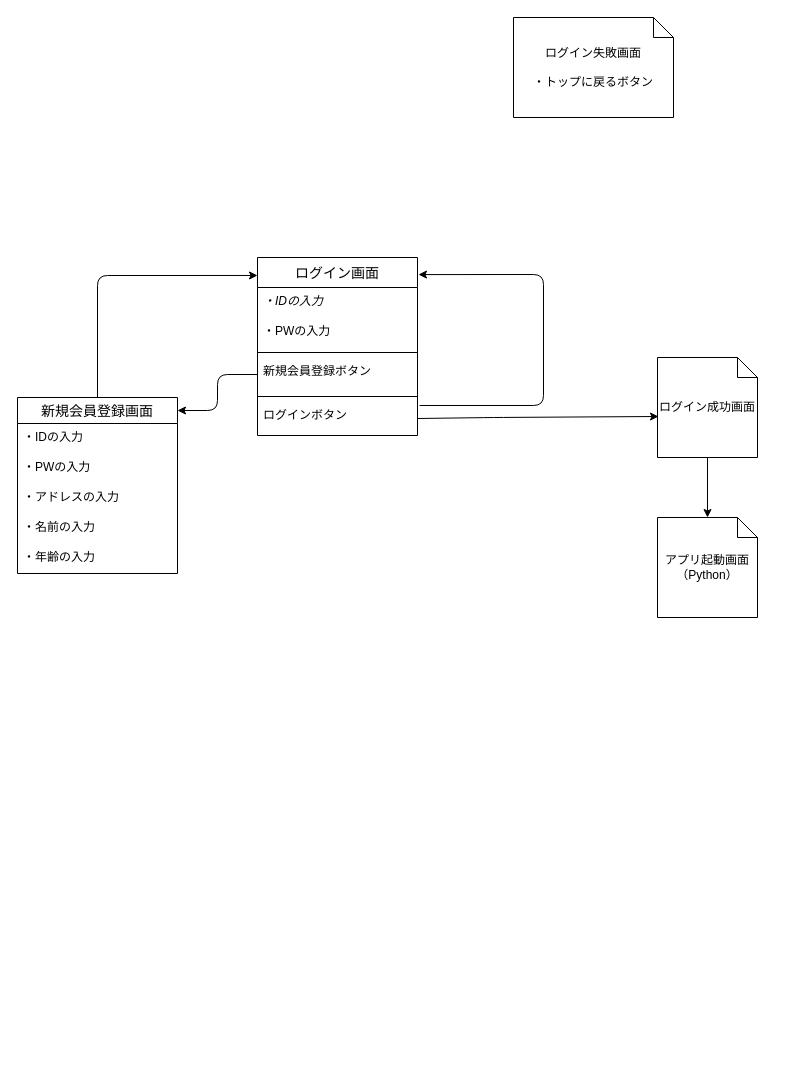
This is .drawio from fujina7/ITWorkshop, a draw.io file, before an edit. Source tidied: cells renumbered, new cells numbered last; positions are measured from the earlier drawing's top-left corner, leaving out a move shared by most shapes. Both pictures are drawn from the tidied source at 100%, with x=0, y=0 at pixel (17, 17).
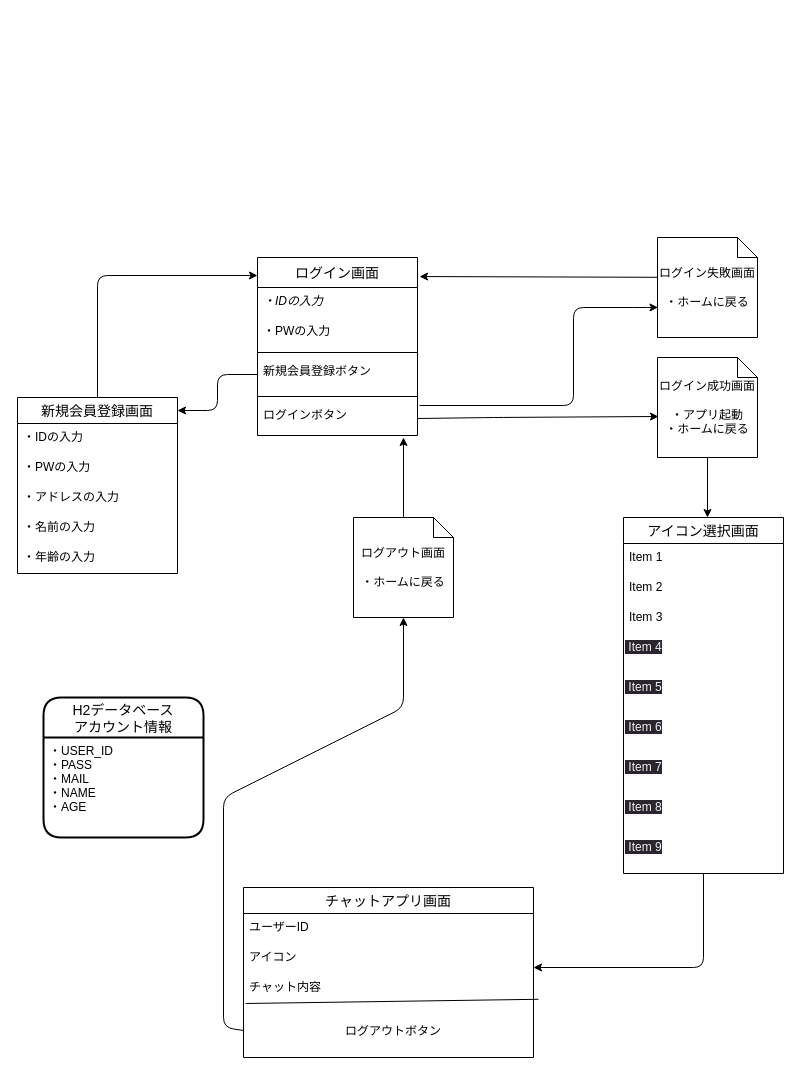
The same diagram, later.

Unchanged cells that the change refers to:
```xml
<mxCell id="8" value="ログイン画面" style="swimlane;fontStyle=0;horizontal=1;startSize=30;align=center;fontSize=14;" parent="1" vertex="1">
  <mxGeometry x="240" y="240" width="160" height="178" as="geometry" />
</mxCell>
<mxCell id="14" value="ログインボタン" style="text;strokeColor=none;fillColor=none;spacingLeft=4;spacingRight=4;overflow=hidden;points=[[0,0.5],[1,0.5]];portConstraint=eastwest;fontSize=12;" parent="8" vertex="1">
  <mxGeometry y="144" width="160" height="34" as="geometry" />
</mxCell>
```

The edit, as a diff of the source:
```diff
@@
-    <mxCell id="2" value="アプリ起動画面&lt;br&gt;（Python）" style="shape=note;size=20;whiteSpace=wrap;html=1;" parent="1" vertex="1">
-      <mxGeometry x="640" y="500" width="100" height="100" as="geometry" />
-    </mxCell>
-    <mxCell id="3" style="edgeStyle=none;html=1;entryX=0.5;entryY=0;entryDx=0;entryDy=0;entryPerimeter=0;" parent="1" edge="1" source="4" target="2">
-      <mxGeometry relative="1" as="geometry" />
+    <mxCell id="3" style="edgeStyle=none;html=1;entryX=0.5;entryY=0;entryDx=0;entryDy=0;entryPerimeter=0;" parent="1" edge="1" source="4">
+      <mxGeometry relative="1" as="geometry">
+        <mxPoint x="690" y="500" as="targetPoint" />
+      </mxGeometry>
     </mxCell>
-    <mxCell id="4" value="ログイン成功画面" style="shape=note;size=20;whiteSpace=wrap;html=1;" parent="1" vertex="1">
+    <mxCell id="4" value="ログイン成功画面&lt;br&gt;&lt;br&gt;・アプリ起動&lt;br&gt;・ホームに戻る" style="shape=note;size=20;whiteSpace=wrap;html=1;" parent="1" vertex="1">
       <mxGeometry x="640" y="340" width="100" height="100" as="geometry" />
     </mxCell>
@@
-    <mxCell id="15" style="endArrow=classic;html=1;entryX=1.006;entryY=0.096;entryDx=0;entryDy=0;entryPerimeter=0;exitX=1.013;exitY=0.118;exitDx=0;exitDy=0;exitPerimeter=0;" parent="8" edge="1" source="14" target="8">
-      <mxGeometry relative="1" as="geometry">
-        <Array as="points">
-          <mxPoint x="286" y="148" />
-          <mxPoint x="286" y="17" />
-        </Array>
-      </mxGeometry>
-    </mxCell>
@@
-    <mxCell id="22" value="ログイン失敗画面&lt;br&gt;&lt;br&gt;・トップに戻るボタン" style="shape=note;size=20;whiteSpace=wrap;html=1;" parent="1" vertex="1">
-      <mxGeometry x="496" width="160" height="100" as="geometry" />
-    </mxCell>
+    <mxCell id="23" value="ログイン失敗画面&lt;br&gt;&lt;br&gt;・ホームに戻る" style="shape=note;size=20;whiteSpace=wrap;html=1;" parent="1" vertex="1">
+      <mxGeometry x="640" y="220" width="100" height="100" as="geometry" />
+    </mxCell>
+    <mxCell id="15" style="endArrow=classic;html=1;exitX=1.013;exitY=0.118;exitDx=0;exitDy=0;exitPerimeter=0;entryX=0.005;entryY=0.699;entryDx=0;entryDy=0;entryPerimeter=0;" parent="1" edge="1" source="14" target="23">
+      <mxGeometry relative="1" as="geometry">
+        <Array as="points">
+          <mxPoint x="556" y="388" />
+          <mxPoint x="556" y="290" />
+          <mxPoint x="626" y="290" />
+        </Array>
+      </mxGeometry>
+    </mxCell>
+    <mxCell id="24" style="endArrow=classic;html=1;entryX=1.013;entryY=0.107;entryDx=0;entryDy=0;entryPerimeter=0;exitX=0;exitY=0.398;exitDx=0;exitDy=0;exitPerimeter=0;" parent="1" edge="1" source="23" target="8">
+      <mxGeometry relative="1" as="geometry" />
+    </mxCell>
+    <mxCell id="25" value="ログアウト画面&lt;br&gt;&lt;br&gt;・ホームに戻る" style="shape=note;size=20;whiteSpace=wrap;html=1;" parent="1" vertex="1">
+      <mxGeometry x="336" y="500" width="100" height="100" as="geometry" />
+    </mxCell>
+    <mxCell id="26" style="endArrow=classic;html=1;exitX=0.5;exitY=0;exitDx=0;exitDy=0;exitPerimeter=0;" parent="1" edge="1" source="25">
+      <mxGeometry relative="1" as="geometry">
+        <mxPoint x="386" y="420" as="targetPoint" />
+      </mxGeometry>
+    </mxCell>
+    <mxCell id="27" value="H2データベース&#10;アカウント情報" style="swimlane;horizontal=1;startSize=40;rounded=1;fontSize=14;fontStyle=0;strokeWidth=2;shadow=0;dashed=0;align=center;" parent="1" vertex="1">
+      <mxGeometry x="26" y="680" width="160" height="140" as="geometry" />
+    </mxCell>
+    <mxCell id="28" value="・USER_ID&#10;・PASS&#10;・MAIL&#10;・NAME&#10;・AGE" style="align=left;strokeColor=none;fillColor=none;spacingLeft=4;fontSize=12;verticalAlign=top;" parent="27" vertex="1">
+      <mxGeometry y="40" width="160" height="100" as="geometry" />
+    </mxCell>
+    <mxCell id="29" value="アイコン選択画面" style="swimlane;fontStyle=0;horizontal=1;startSize=26;align=center;fontSize=14;" parent="1" vertex="1">
+      <mxGeometry x="606" y="500" width="160" height="356" as="geometry" />
+    </mxCell>
+    <mxCell id="30" value="Item 1" style="text;strokeColor=none;fillColor=none;spacingLeft=4;spacingRight=4;overflow=hidden;fontSize=12;" parent="29" vertex="1">
+      <mxGeometry y="26" width="160" height="30" as="geometry" />
+    </mxCell>
+    <mxCell id="31" value="Item 2" style="text;strokeColor=none;fillColor=none;spacingLeft=4;spacingRight=4;overflow=hidden;fontSize=12;" parent="29" vertex="1">
+      <mxGeometry y="56" width="160" height="30" as="geometry" />
+    </mxCell>
+    <mxCell id="32" value="Item 3" style="text;strokeColor=none;fillColor=none;spacingLeft=4;spacingRight=4;overflow=hidden;fontSize=12;" parent="29" vertex="1">
+      <mxGeometry y="86" width="160" height="30" as="geometry" />
+    </mxCell>
+    <mxCell id="33" value="&lt;span style=&quot;color: rgb(240, 240, 240); font-family: Helvetica; font-size: 12px; font-style: normal; font-variant-ligatures: normal; font-variant-caps: normal; font-weight: 400; letter-spacing: normal; orphans: 2; text-align: left; text-indent: 0px; text-transform: none; widows: 2; word-spacing: 0px; -webkit-text-stroke-width: 0px; background-color: rgb(42, 37, 47); text-decoration-thickness: initial; text-decoration-style: initial; text-decoration-color: initial; float: none; display: inline !important;&quot;&gt;&amp;nbsp;Item 4&lt;/span&gt;" style="text;whiteSpace=wrap;html=1;" parent="29" vertex="1">
+      <mxGeometry y="116" width="160" height="40" as="geometry" />
+    </mxCell>
+    <mxCell id="34" value="&lt;span style=&quot;color: rgb(240, 240, 240); font-family: Helvetica; font-size: 12px; font-style: normal; font-variant-ligatures: normal; font-variant-caps: normal; font-weight: 400; letter-spacing: normal; orphans: 2; text-align: left; text-indent: 0px; text-transform: none; widows: 2; word-spacing: 0px; -webkit-text-stroke-width: 0px; background-color: rgb(42, 37, 47); text-decoration-thickness: initial; text-decoration-style: initial; text-decoration-color: initial; float: none; display: inline !important;&quot;&gt;&amp;nbsp;Item 5&lt;/span&gt;" style="text;whiteSpace=wrap;html=1;" parent="29" vertex="1">
+      <mxGeometry y="156" width="160" height="40" as="geometry" />
+    </mxCell>
+    <mxCell id="35" value="&lt;span style=&quot;color: rgb(240, 240, 240); font-family: Helvetica; font-size: 12px; font-style: normal; font-variant-ligatures: normal; font-variant-caps: normal; font-weight: 400; letter-spacing: normal; orphans: 2; text-align: left; text-indent: 0px; text-transform: none; widows: 2; word-spacing: 0px; -webkit-text-stroke-width: 0px; background-color: rgb(42, 37, 47); text-decoration-thickness: initial; text-decoration-style: initial; text-decoration-color: initial; float: none; display: inline !important;&quot;&gt;&amp;nbsp;Item 6&lt;/span&gt;" style="text;whiteSpace=wrap;html=1;" parent="29" vertex="1">
+      <mxGeometry y="196" width="160" height="40" as="geometry" />
+    </mxCell>
+    <mxCell id="36" value="&lt;span style=&quot;color: rgb(240, 240, 240); font-family: Helvetica; font-size: 12px; font-style: normal; font-variant-ligatures: normal; font-variant-caps: normal; font-weight: 400; letter-spacing: normal; orphans: 2; text-align: left; text-indent: 0px; text-transform: none; widows: 2; word-spacing: 0px; -webkit-text-stroke-width: 0px; background-color: rgb(42, 37, 47); text-decoration-thickness: initial; text-decoration-style: initial; text-decoration-color: initial; float: none; display: inline !important;&quot;&gt;&amp;nbsp;Item 7&lt;/span&gt;" style="text;whiteSpace=wrap;html=1;" parent="29" vertex="1">
+      <mxGeometry y="236" width="160" height="40" as="geometry" />
+    </mxCell>
+    <mxCell id="37" value="&lt;span style=&quot;color: rgb(240, 240, 240); font-family: Helvetica; font-size: 12px; font-style: normal; font-variant-ligatures: normal; font-variant-caps: normal; font-weight: 400; letter-spacing: normal; orphans: 2; text-align: left; text-indent: 0px; text-transform: none; widows: 2; word-spacing: 0px; -webkit-text-stroke-width: 0px; background-color: rgb(42, 37, 47); text-decoration-thickness: initial; text-decoration-style: initial; text-decoration-color: initial; float: none; display: inline !important;&quot;&gt;&amp;nbsp;Item 8&lt;/span&gt;" style="text;whiteSpace=wrap;html=1;" parent="29" vertex="1">
+      <mxGeometry y="276" width="160" height="40" as="geometry" />
+    </mxCell>
+    <mxCell id="38" value="&lt;span style=&quot;color: rgb(240, 240, 240); font-family: Helvetica; font-size: 12px; font-style: normal; font-variant-ligatures: normal; font-variant-caps: normal; font-weight: 400; letter-spacing: normal; orphans: 2; text-align: left; text-indent: 0px; text-transform: none; widows: 2; word-spacing: 0px; -webkit-text-stroke-width: 0px; background-color: rgb(42, 37, 47); text-decoration-thickness: initial; text-decoration-style: initial; text-decoration-color: initial; float: none; display: inline !important;&quot;&gt;&amp;nbsp;Item 9&lt;/span&gt;" style="text;whiteSpace=wrap;html=1;" parent="29" vertex="1">
+      <mxGeometry y="316" width="160" height="40" as="geometry" />
+    </mxCell>
+    <mxCell id="39" style="endArrow=classic;html=1;exitX=0.5;exitY=1;exitDx=0;exitDy=0;" parent="1" edge="1" source="38">
+      <mxGeometry relative="1" as="geometry">
+        <mxPoint x="516" y="950" as="targetPoint" />
+        <Array as="points">
+          <mxPoint x="686" y="950" />
+        </Array>
+      </mxGeometry>
+    </mxCell>
+    <mxCell id="40" value="チャットアプリ画面" style="swimlane;fontStyle=0;horizontal=1;startSize=26;align=center;fontSize=14;" parent="1" vertex="1">
+      <mxGeometry x="226" y="870" width="290" height="170" as="geometry" />
+    </mxCell>
+    <mxCell id="41" value="ユーザーID" style="text;strokeColor=none;fillColor=none;spacingLeft=4;spacingRight=4;overflow=hidden;fontSize=12;" parent="40" vertex="1">
+      <mxGeometry y="26" width="290" height="30" as="geometry" />
+    </mxCell>
+    <mxCell id="42" value="アイコン" style="text;strokeColor=none;fillColor=none;spacingLeft=4;spacingRight=4;overflow=hidden;fontSize=12;" parent="40" vertex="1">
+      <mxGeometry y="56" width="290" height="30" as="geometry" />
+    </mxCell>
+    <mxCell id="43" value="チャット内容" style="text;strokeColor=none;fillColor=none;spacingLeft=4;spacingRight=4;overflow=hidden;fontSize=12;" parent="40" vertex="1">
+      <mxGeometry y="86" width="290" height="30" as="geometry" />
+    </mxCell>
+    <mxCell id="44" value="&#10;　　　　　　　　ログアウトボタン" style="text;strokeColor=none;fillColor=none;spacingLeft=4;spacingRight=4;overflow=hidden;points=[[0,0.5],[1,0.5]];portConstraint=eastwest;fontSize=12;" parent="40" vertex="1">
+      <mxGeometry y="116" width="290" height="54" as="geometry" />
+    </mxCell>
+    <mxCell id="45" style="endArrow=none;html=1;exitX=0.007;exitY=0;exitDx=0;exitDy=0;exitPerimeter=0;entryX=1.017;entryY=-0.078;entryDx=0;entryDy=0;entryPerimeter=0;" parent="40" edge="1" source="44" target="44">
+      <mxGeometry relative="1" as="geometry" />
+    </mxCell>
+    <mxCell id="46" style="edgeStyle=none;html=1;entryX=0.5;entryY=1;entryDx=0;entryDy=0;entryPerimeter=0;exitX=0;exitY=0.5;exitDx=0;exitDy=0;" parent="1" edge="1" source="44" target="25">
+      <mxGeometry relative="1" as="geometry">
+        <Array as="points">
+          <mxPoint x="206" y="1010" />
+          <mxPoint x="206" y="780" />
+          <mxPoint x="386" y="690" />
+        </Array>
+      </mxGeometry>
+    </mxCell>
```
